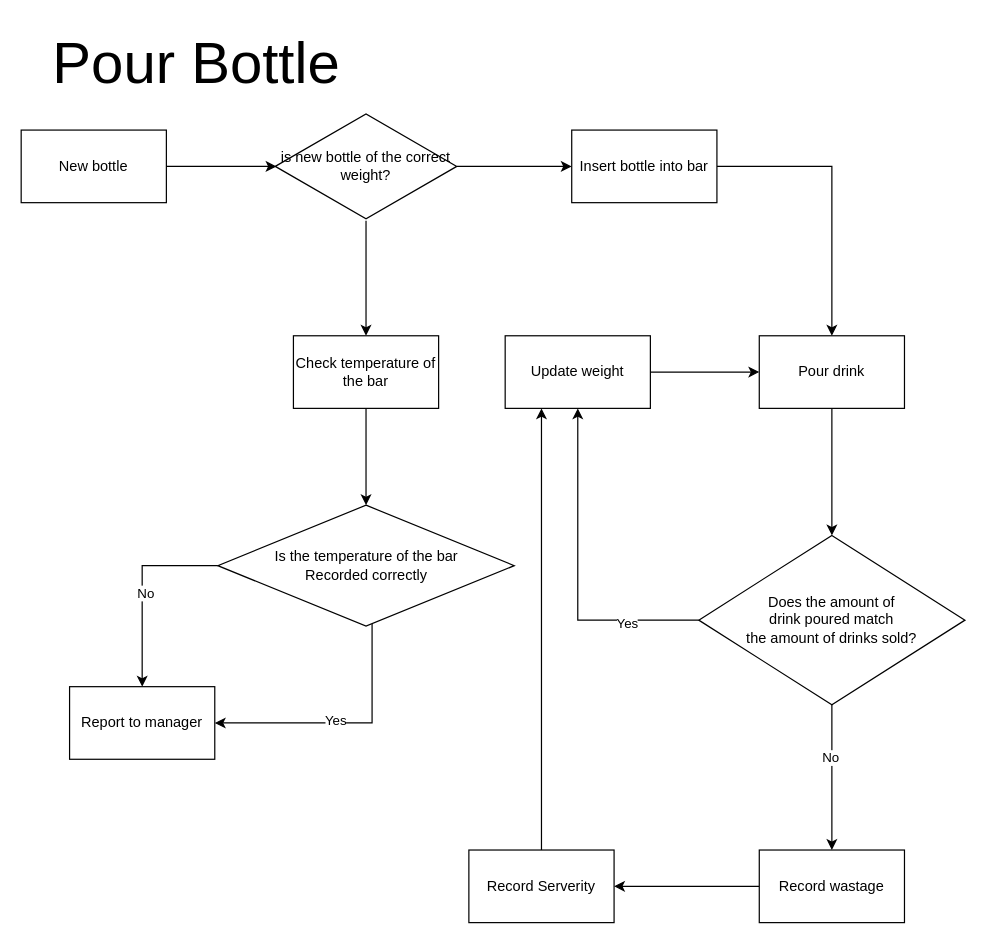
Earlier version of the draw.io diagram page "Pour Bottle" (2 of 3) of pour_spirit.drawio (jake4327/Fundamental_Project). Source tidied: cells renumbered, new cells numbered last; positions are measured from the earlier drawing's top-left corner, leaving out a move shared by most shapes. Both pictures are drawn from the tidied source at 121%, with x=0, y=0 at pixel (21, 21).
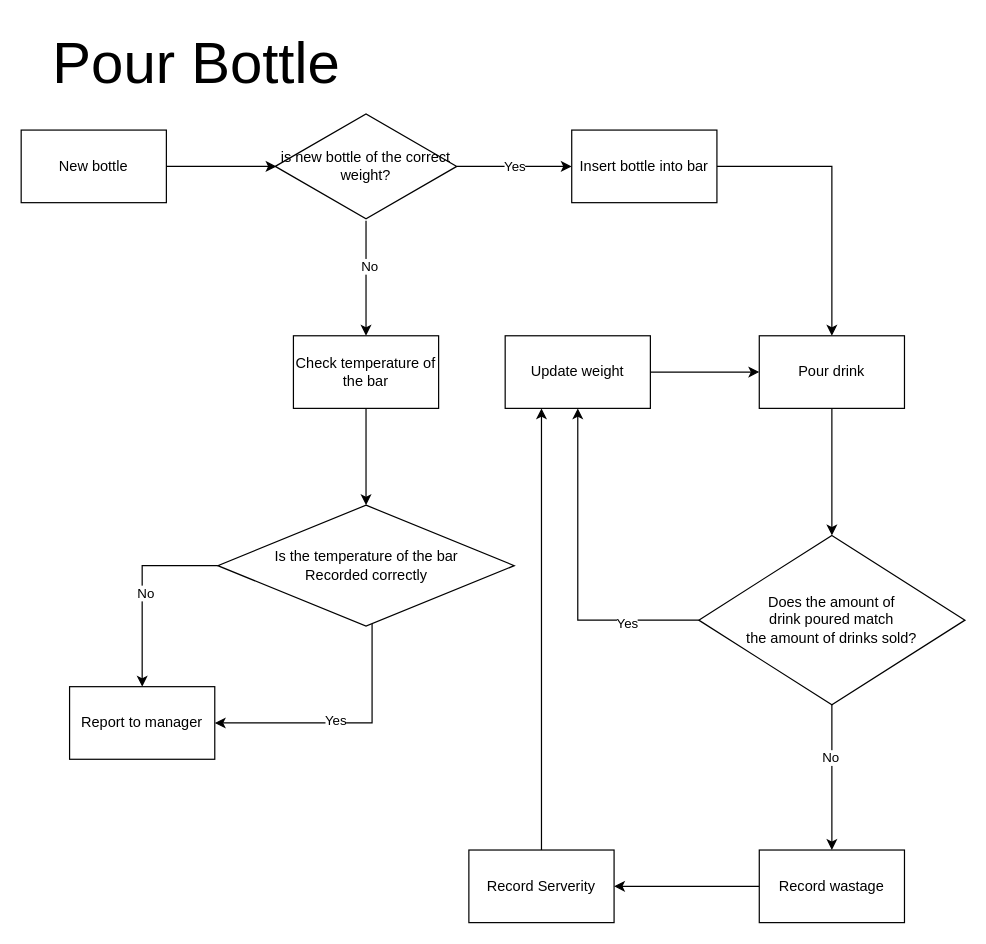
Above is the later version.

The change refers to these unchanged cells:
```xml
<mxCell id="6" style="edgeStyle=orthogonalEdgeStyle;rounded=0;jettySize=auto;html=1;strokeColor=#000000;" parent="1" edge="1" source="7" target="11">
  <mxGeometry relative="1" as="geometry" />
</mxCell>
<mxCell id="7" value="is new bottle of the correct weight?" style="html=1;whiteSpace=wrap;shape=isoRectangle;" parent="1" vertex="1">
  <mxGeometry x="210" y="75" width="150" height="90" as="geometry" />
</mxCell>
<mxCell id="9" value="Insert bottle into bar" style="whiteSpace=wrap;html=1;" parent="1" vertex="1">
  <mxGeometry x="455" y="90" width="120" height="60" as="geometry" />
</mxCell>
```

Change to the diagram source:
```diff
@@
-    <mxCell id="5" style="edgeStyle=orthogonalEdgeStyle;rounded=0;jettySize=auto;html=1;strokeColor=#000000;" parent="1" edge="1" source="7" target="9">
+    <mxCell id="5" value="Yes" style="edgeStyle=orthogonalEdgeStyle;rounded=0;jettySize=auto;html=1;strokeColor=#000000;" parent="1" edge="1" source="7" target="9">
       <mxGeometry relative="1" as="geometry" />
     </mxCell>
@@
+    <mxCell id="31" value="No" style="edgeLabel;html=1;align=center;verticalAlign=middle;" parent="6" vertex="1">
+      <mxGeometry x="-0.22" y="2" relative="1" as="geometry" />
+    </mxCell>
```
